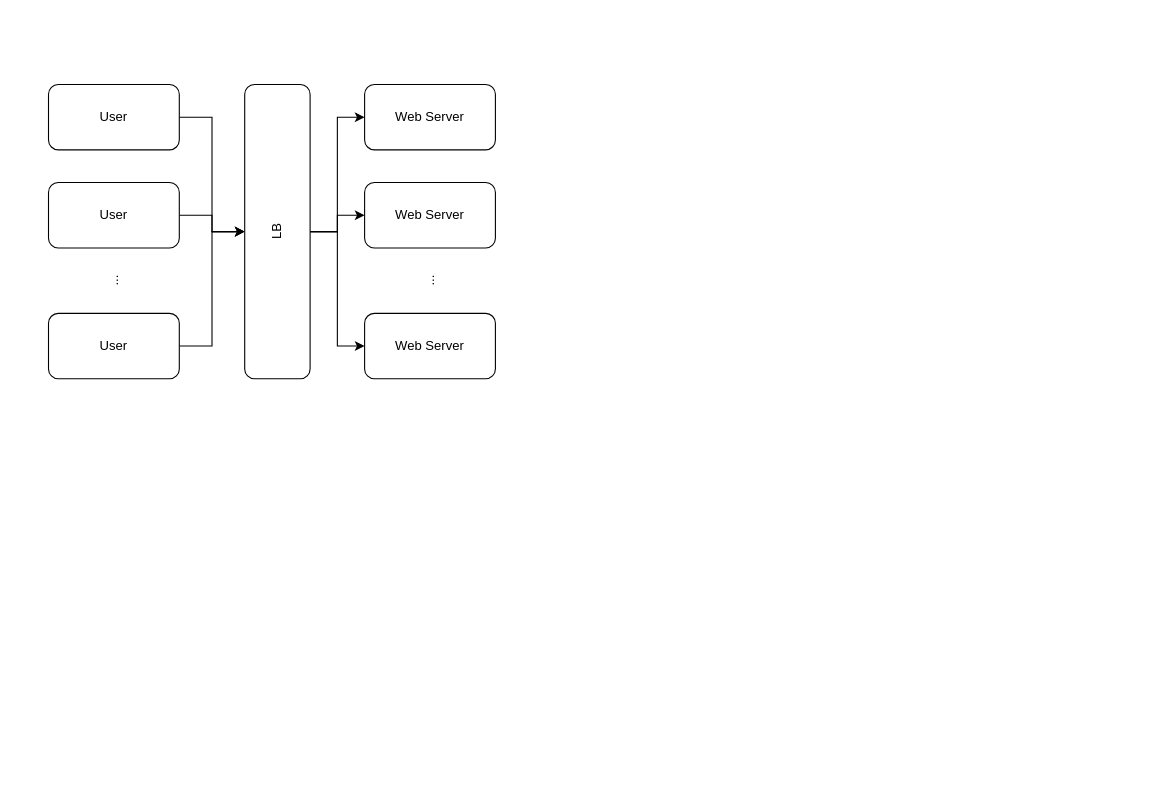
The draw.io diagram drawios/Facebook Newsfeed.drawio in whmou/component-archs, before the edit. Source tidied: cells renumbered, new cells numbered last; positions are measured from the earlier drawing's top-left corner, leaving out a move shared by most shapes. Both pictures are drawn from the tidied source at 109%, with x=0, y=0 at pixel (48, 84).
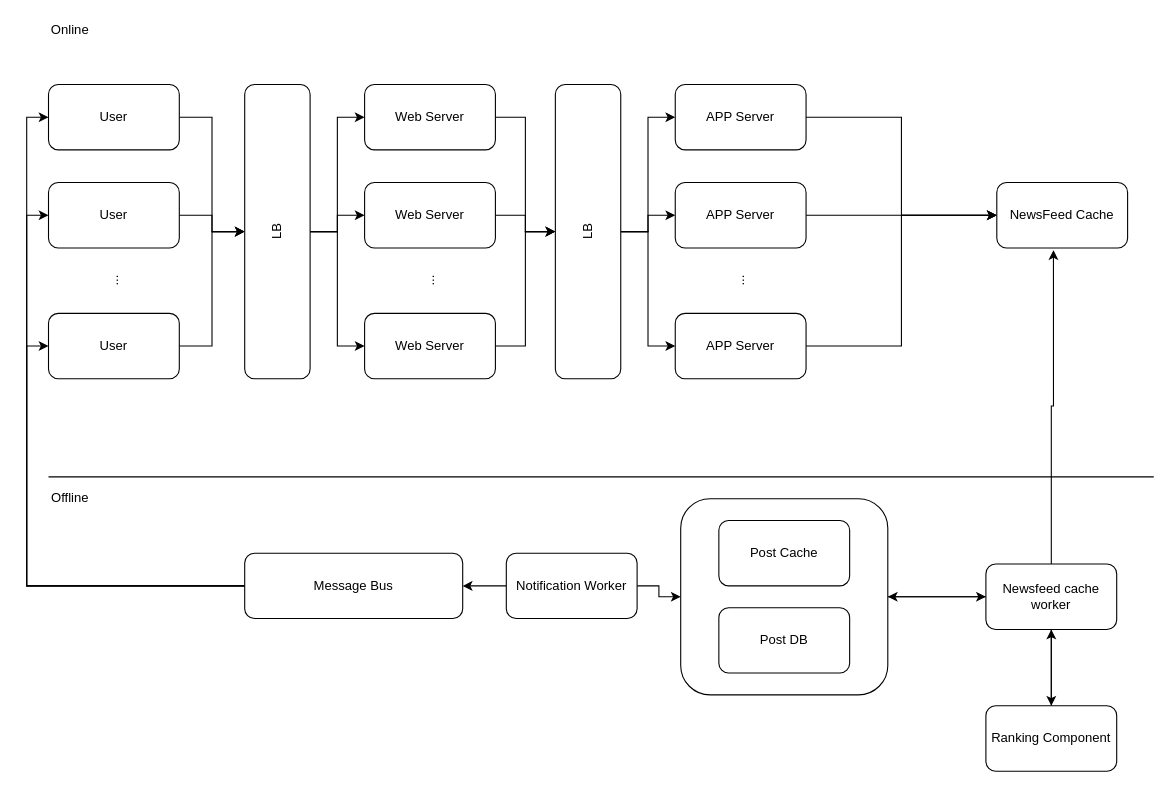
The same diagram, later.

The change refers to these unchanged cells:
```xml
<mxCell id="3" value="User" style="rounded=1;whiteSpace=wrap;html=1;" parent="1" vertex="1">
  <mxGeometry width="120" height="60" as="geometry" />
</mxCell>
<mxCell id="5" value="User" style="rounded=1;whiteSpace=wrap;html=1;" parent="1" vertex="1">
  <mxGeometry y="90" width="120" height="60" as="geometry" />
</mxCell>
<mxCell id="7" value="User" style="rounded=1;whiteSpace=wrap;html=1;" parent="1" vertex="1">
  <mxGeometry y="210" width="120" height="60" as="geometry" />
</mxCell>
<mxCell id="13" value="Web Server" style="rounded=1;whiteSpace=wrap;html=1;" parent="1" vertex="1">
  <mxGeometry x="290" width="120" height="60" as="geometry" />
</mxCell>
<mxCell id="14" value="Web Server" style="rounded=1;whiteSpace=wrap;html=1;" parent="1" vertex="1">
  <mxGeometry x="290" y="90" width="120" height="60" as="geometry" />
</mxCell>
<mxCell id="15" value="Web Server" style="rounded=1;whiteSpace=wrap;html=1;" parent="1" vertex="1">
  <mxGeometry x="290" y="210" width="120" height="60" as="geometry" />
</mxCell>
```

The edit, as a diff of the source:
```diff
@@
+    <mxCell id="17" style="edgeStyle=orthogonalEdgeStyle;rounded=0;jettySize=auto;html=1;" parent="1" edge="1" source="18" target="40">
+      <mxGeometry relative="1" as="geometry" />
+    </mxCell>
+    <mxCell id="18" style="rounded=1;whiteSpace=wrap;html=1;" parent="1" vertex="1">
+      <mxGeometry x="580" y="380" width="190" height="180" as="geometry" />
+    </mxCell>
@@
+    <mxCell id="19" style="edgeStyle=orthogonalEdgeStyle;rounded=0;jettySize=auto;html=1;" parent="1" edge="1" source="13" target="25">
+      <mxGeometry relative="1" as="geometry" />
+    </mxCell>
@@
+    <mxCell id="20" style="edgeStyle=orthogonalEdgeStyle;rounded=0;jettySize=auto;html=1;" parent="1" edge="1" source="14" target="25">
+      <mxGeometry relative="1" as="geometry" />
+    </mxCell>
@@
+    <mxCell id="21" style="edgeStyle=orthogonalEdgeStyle;rounded=0;jettySize=auto;html=1;entryX=0.5;entryY=0;entryDx=0;entryDy=0;" parent="1" edge="1" source="15" target="25">
+      <mxGeometry relative="1" as="geometry" />
+    </mxCell>
@@
+    <mxCell id="22" style="edgeStyle=orthogonalEdgeStyle;rounded=0;jettySize=auto;html=1;entryX=0;entryY=0.5;entryDx=0;entryDy=0;" parent="1" edge="1" source="25" target="27">
+      <mxGeometry relative="1" as="geometry" />
+    </mxCell>
+    <mxCell id="23" style="edgeStyle=orthogonalEdgeStyle;rounded=0;jettySize=auto;html=1;entryX=0;entryY=0.5;entryDx=0;entryDy=0;" parent="1" edge="1" source="25" target="29">
+      <mxGeometry relative="1" as="geometry" />
+    </mxCell>
+    <mxCell id="24" style="edgeStyle=orthogonalEdgeStyle;rounded=0;jettySize=auto;html=1;entryX=0;entryY=0.5;entryDx=0;entryDy=0;" parent="1" edge="1" source="25" target="31">
+      <mxGeometry relative="1" as="geometry" />
+    </mxCell>
+    <mxCell id="25" value="LB" style="rounded=1;whiteSpace=wrap;html=1;rotation=-90;" parent="1" vertex="1">
+      <mxGeometry x="360" y="105" width="270" height="60" as="geometry" />
+    </mxCell>
+    <mxCell id="26" style="edgeStyle=orthogonalEdgeStyle;rounded=0;jettySize=auto;html=1;entryX=0;entryY=0.5;entryDx=0;entryDy=0;" parent="1" edge="1" source="27" target="33">
+      <mxGeometry relative="1" as="geometry" />
+    </mxCell>
+    <mxCell id="27" value="APP Server" style="rounded=1;whiteSpace=wrap;html=1;" parent="1" vertex="1">
+      <mxGeometry x="575" width="120" height="60" as="geometry" />
+    </mxCell>
+    <mxCell id="28" style="edgeStyle=orthogonalEdgeStyle;rounded=0;jettySize=auto;html=1;entryX=0;entryY=0.5;entryDx=0;entryDy=0;" parent="1" edge="1" source="29" target="33">
+      <mxGeometry relative="1" as="geometry" />
+    </mxCell>
+    <mxCell id="29" value="APP Server" style="rounded=1;whiteSpace=wrap;html=1;" parent="1" vertex="1">
+      <mxGeometry x="575" y="90" width="120" height="60" as="geometry" />
+    </mxCell>
+    <mxCell id="30" style="edgeStyle=orthogonalEdgeStyle;rounded=0;jettySize=auto;html=1;entryX=0;entryY=0.5;entryDx=0;entryDy=0;" parent="1" edge="1" source="31" target="33">
+      <mxGeometry relative="1" as="geometry" />
+    </mxCell>
+    <mxCell id="31" value="APP Server" style="rounded=1;whiteSpace=wrap;html=1;" parent="1" vertex="1">
+      <mxGeometry x="575" y="210" width="120" height="60" as="geometry" />
+    </mxCell>
+    <mxCell id="32" value="..." style="text;html=1;strokeColor=none;fillColor=none;align=center;verticalAlign=middle;whiteSpace=wrap;rounded=0;rotation=-90;" parent="1" vertex="1">
+      <mxGeometry x="615" y="170" width="40" height="20" as="geometry" />
+    </mxCell>
+    <mxCell id="33" value="NewsFeed Cache" style="rounded=1;whiteSpace=wrap;html=1;" parent="1" vertex="1">
+      <mxGeometry x="870" y="90" width="120" height="60" as="geometry" />
+    </mxCell>
+    <mxCell id="34" style="endArrow=none;html=1;" parent="1" edge="1">
+      <mxGeometry relative="1" as="geometry">
+        <mxPoint y="360" as="sourcePoint" />
+        <mxPoint x="1014" y="360" as="targetPoint" />
+      </mxGeometry>
+    </mxCell>
+    <mxCell id="35" value="Online" style="text;html=1;strokeColor=none;fillColor=none;align=center;verticalAlign=middle;whiteSpace=wrap;rounded=0;" parent="1" vertex="1">
+      <mxGeometry y="-60" width="40" height="20" as="geometry" />
+    </mxCell>
+    <mxCell id="36" value="Offline" style="text;html=1;strokeColor=none;fillColor=none;align=center;verticalAlign=middle;whiteSpace=wrap;rounded=0;" parent="1" vertex="1">
+      <mxGeometry y="370" width="40" height="20" as="geometry" />
+    </mxCell>
+    <mxCell id="37" style="edgeStyle=orthogonalEdgeStyle;rounded=0;jettySize=auto;html=1;" parent="1" edge="1" source="40" target="18">
+      <mxGeometry relative="1" as="geometry" />
+    </mxCell>
+    <mxCell id="38" style="edgeStyle=orthogonalEdgeStyle;rounded=0;jettySize=auto;html=1;entryX=0.433;entryY=1.033;entryDx=0;entryDy=0;entryPerimeter=0;" parent="1" edge="1" source="40" target="33">
+      <mxGeometry relative="1" as="geometry" />
+    </mxCell>
+    <mxCell id="39" style="edgeStyle=orthogonalEdgeStyle;rounded=0;jettySize=auto;html=1;entryX=0.5;entryY=0;entryDx=0;entryDy=0;" parent="1" edge="1" source="40" target="44">
+      <mxGeometry relative="1" as="geometry" />
+    </mxCell>
+    <mxCell id="40" value="Newsfeed cache worker" style="rounded=1;whiteSpace=wrap;html=1;" parent="1" vertex="1">
+      <mxGeometry x="860" y="440" width="120" height="60" as="geometry" />
+    </mxCell>
+    <mxCell id="41" value="Post Cache" style="rounded=1;whiteSpace=wrap;html=1;" parent="1" vertex="1">
+      <mxGeometry x="615" y="400" width="120" height="60" as="geometry" />
+    </mxCell>
+    <mxCell id="42" value="Post DB" style="rounded=1;whiteSpace=wrap;html=1;" parent="1" vertex="1">
+      <mxGeometry x="615" y="480" width="120" height="60" as="geometry" />
+    </mxCell>
+    <mxCell id="43" style="edgeStyle=orthogonalEdgeStyle;rounded=0;jettySize=auto;html=1;entryX=0.5;entryY=1;entryDx=0;entryDy=0;" parent="1" edge="1" source="44" target="40">
+      <mxGeometry relative="1" as="geometry" />
+    </mxCell>
+    <mxCell id="44" value="Ranking Component" style="rounded=1;whiteSpace=wrap;html=1;" parent="1" vertex="1">
+      <mxGeometry x="860" y="570" width="120" height="60" as="geometry" />
+    </mxCell>
+    <mxCell id="45" style="edgeStyle=orthogonalEdgeStyle;rounded=0;jettySize=auto;html=1;entryX=0;entryY=0.5;entryDx=0;entryDy=0;" parent="1" edge="1" source="48" target="7">
+      <mxGeometry relative="1" as="geometry" />
+    </mxCell>
+    <mxCell id="46" style="edgeStyle=orthogonalEdgeStyle;rounded=0;jettySize=auto;html=1;entryX=0;entryY=0.5;entryDx=0;entryDy=0;" parent="1" edge="1" source="48" target="5">
+      <mxGeometry relative="1" as="geometry" />
+    </mxCell>
+    <mxCell id="47" style="edgeStyle=orthogonalEdgeStyle;rounded=0;jettySize=auto;html=1;entryX=0;entryY=0.5;entryDx=0;entryDy=0;" parent="1" edge="1" source="48" target="3">
+      <mxGeometry relative="1" as="geometry" />
+    </mxCell>
+    <mxCell id="48" value="Message Bus" style="rounded=1;whiteSpace=wrap;html=1;" parent="1" vertex="1">
+      <mxGeometry x="180" y="430" width="200" height="60" as="geometry" />
+    </mxCell>
+    <mxCell id="49" style="edgeStyle=orthogonalEdgeStyle;rounded=0;jettySize=auto;html=1;" parent="1" edge="1" source="51" target="18">
+      <mxGeometry relative="1" as="geometry" />
+    </mxCell>
+    <mxCell id="50" style="edgeStyle=orthogonalEdgeStyle;rounded=0;jettySize=auto;html=1;" parent="1" edge="1" source="51" target="48">
+      <mxGeometry relative="1" as="geometry" />
+    </mxCell>
+    <mxCell id="51" value="Notification Worker" style="rounded=1;whiteSpace=wrap;html=1;" parent="1" vertex="1">
+      <mxGeometry x="420" y="430" width="120" height="60" as="geometry" />
+    </mxCell>
```
